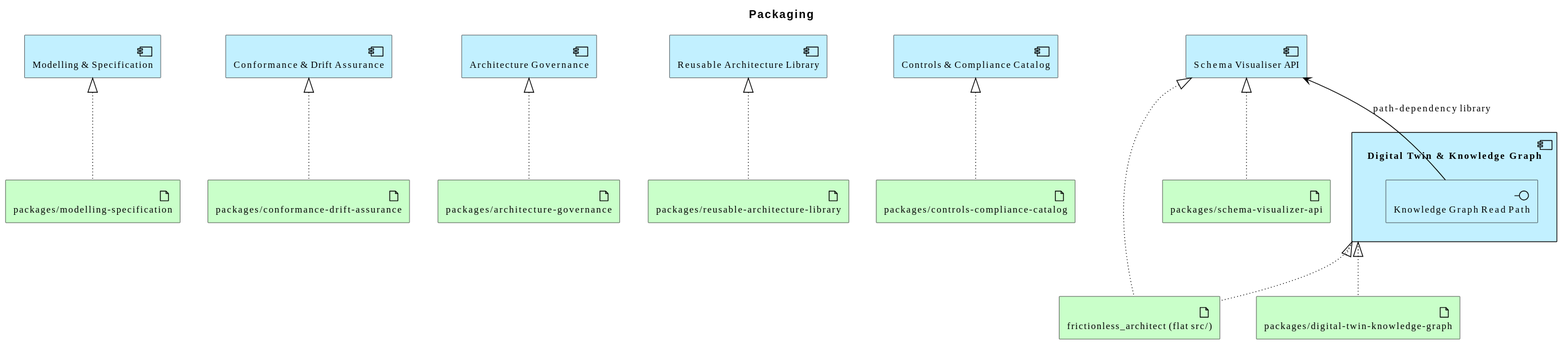
wolffy-au/frictionless-architect keeps this PlantUML diagram as architecture/model/diagrams/implementation/packaging.svg. Above is the earlier version. Its diagram source:
```plantuml
@startuml
!include <archimate/Archimate>

title Packaging

Application_Component(e_ide4bef3733af65a, "Controls & Compliance Catalog")
Application_Component(e_id3b0beba52b5a5c, "Reusable Architecture Library")
Application_Component(e_id3da203d482f955, "Digital Twin & Knowledge Graph") {
  Application_Interface(e_id0c9a1a2f155254, "Knowledge Graph Read Path")
}
Application_Component(e_id0d5bd02b5ffe5e, "Architecture Governance")
Application_Component(e_id492c882252a953, "Conformance & Drift Assurance")
Application_Component(e_id82f04fecbdd85e, "Modelling & Specification")
Application_Component(e_idd18b3d46fade58, "Schema Visualiser API")
Technology_Artifact(e_id9b247a70d9f258, "frictionless_architect (flat src/)")
Technology_Artifact(e_id11f06faa9d2d5d, "packages/schema-visualizer-api")
Technology_Artifact(e_id69891242354858, "packages/digital-twin-knowledge-graph")
Technology_Artifact(e_idfcb391a9833b5b, "packages/controls-compliance-catalog")
Technology_Artifact(e_id3ac7123fc98d52, "packages/reusable-architecture-library")
Technology_Artifact(e_id880eb98a22b15c, "packages/architecture-governance")
Technology_Artifact(e_idb422fae52e4652, "packages/conformance-drift-assurance")
Technology_Artifact(e_id42d611ba8e6759, "packages/modelling-specification")

Rel_Serving_Up(e_id0c9a1a2f155254, e_idd18b3d46fade58, "path-dependency library")
Rel_Realization_Up(e_id9b247a70d9f258, e_idd18b3d46fade58, "")
Rel_Realization_Up(e_id9b247a70d9f258, e_id3da203d482f955, "")
Rel_Realization_Up(e_id11f06faa9d2d5d, e_idd18b3d46fade58, "")
Rel_Realization_Up(e_id69891242354858, e_id3da203d482f955, "")
Rel_Realization_Up(e_idfcb391a9833b5b, e_ide4bef3733af65a, "")
Rel_Realization_Up(e_id3ac7123fc98d52, e_id3b0beba52b5a5c, "")
Rel_Realization_Up(e_id880eb98a22b15c, e_id0d5bd02b5ffe5e, "")
Rel_Realization_Up(e_idb422fae52e4652, e_id492c882252a953, "")
Rel_Realization_Up(e_id42d611ba8e6759, e_id82f04fecbdd85e, "")
@enduml
```
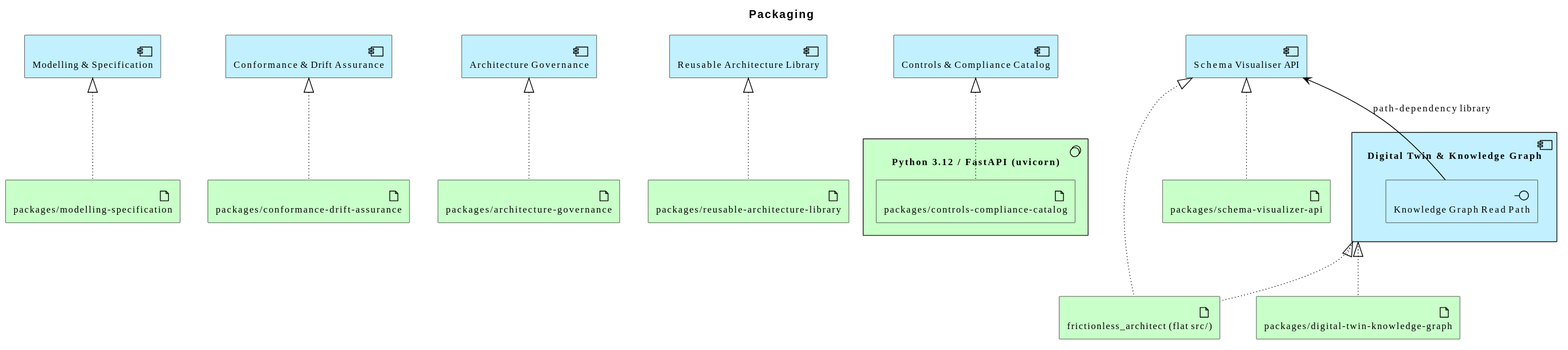
After the change.

What changed in the source:
```diff
@@ -15,11 +15,13 @@
 Technology_Artifact(e_id9b247a70d9f258, "frictionless_architect (flat src/)")
 Technology_Artifact(e_id11f06faa9d2d5d, "packages/schema-visualizer-api")
 Technology_Artifact(e_id69891242354858, "packages/digital-twin-knowledge-graph")
-Technology_Artifact(e_idfcb391a9833b5b, "packages/controls-compliance-catalog")
 Technology_Artifact(e_id3ac7123fc98d52, "packages/reusable-architecture-library")
 Technology_Artifact(e_id880eb98a22b15c, "packages/architecture-governance")
 Technology_Artifact(e_idb422fae52e4652, "packages/conformance-drift-assurance")
 Technology_Artifact(e_id42d611ba8e6759, "packages/modelling-specification")
+Technology_SystemSoftware(e_ida1d9ee28fe8258, "Python 3.12 / FastAPI (uvicorn)") {
+  Technology_Artifact(e_idfcb391a9833b5b, "packages/controls-compliance-catalog")
+}
 
 Rel_Serving_Up(e_id0c9a1a2f155254, e_idd18b3d46fade58, "path-dependency library")
 Rel_Realization_Up(e_id9b247a70d9f258, e_idd18b3d46fade58, "")
```
